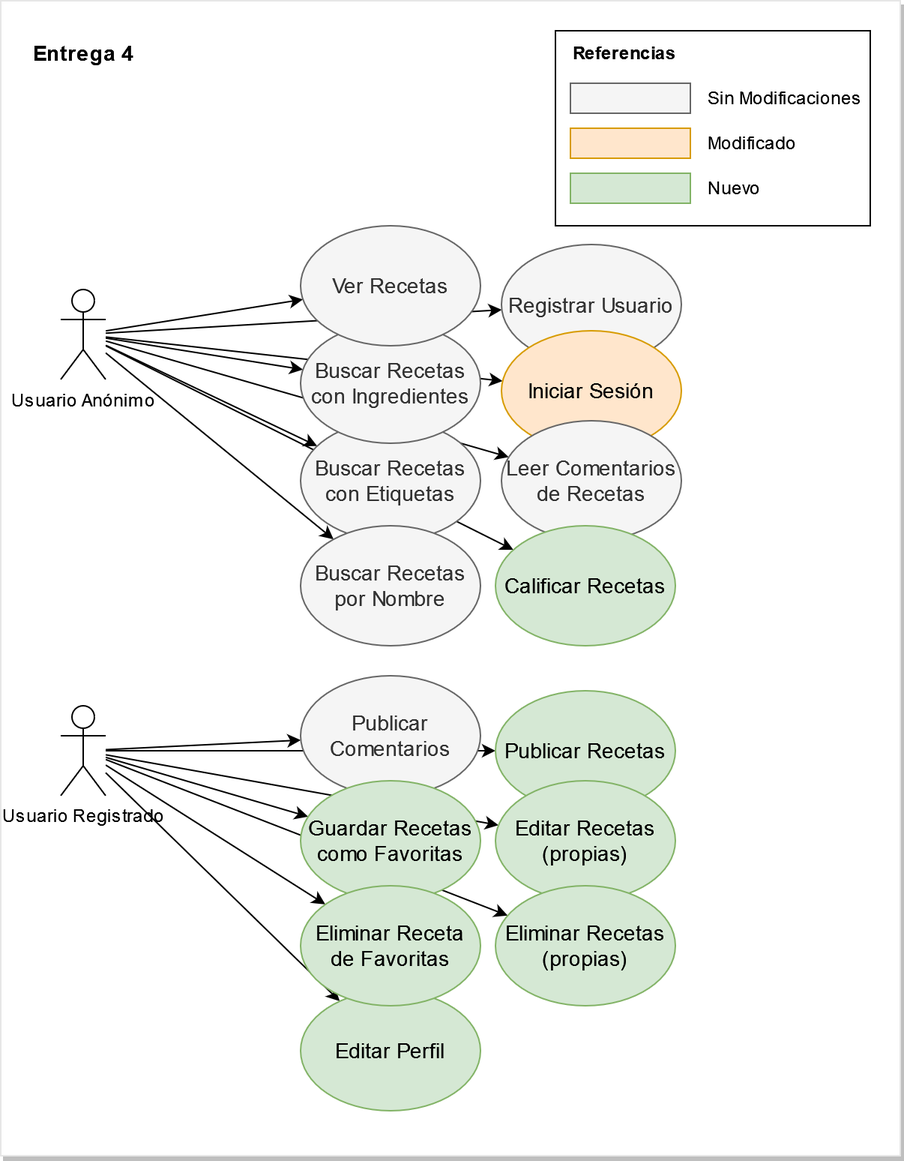
tehuel/ttip-grupo11 keeps this draw.io diagram as .github/TTIP-Entrega 4.drawio.png. Above is the earlier version. Source tidied: cells renumbered, new cells last; positions are measured from the earlier drawing's top-left corner, leaving out a move shared by most shapes. The source it was exported from:
```xml
<mxGraphModel>
  <root>
    <mxCell id="0" />
    <mxCell id="1" parent="0" />
    <mxCell id="2" style="rounded=0;whiteSpace=wrap;html=1;fontSize=14;align=center;verticalAlign=middle;strokeColor=#E6E6E6;shadow=1;" parent="1" vertex="1">
      <mxGeometry width="600" height="770" as="geometry" />
    </mxCell>
    <mxCell id="3" style="edgeStyle=none;rounded=0;jettySize=auto;html=1;fontSize=14;" parent="1" edge="1" source="11" target="32">
      <mxGeometry relative="1" as="geometry" />
    </mxCell>
    <mxCell id="4" style="edgeStyle=none;rounded=0;jettySize=auto;html=1;fontSize=14;" parent="1" edge="1" source="11" target="31">
      <mxGeometry relative="1" as="geometry" />
    </mxCell>
    <mxCell id="5" style="edgeStyle=none;rounded=0;jettySize=auto;html=1;" parent="1" edge="1" source="11" target="34">
      <mxGeometry relative="1" as="geometry" />
    </mxCell>
    <mxCell id="6" style="edgeStyle=none;rounded=0;jettySize=auto;html=1;" parent="1" edge="1" source="11" target="35">
      <mxGeometry relative="1" as="geometry" />
    </mxCell>
    <mxCell id="7" style="edgeStyle=none;rounded=0;jettySize=auto;html=1;" parent="1" edge="1" source="11" target="33">
      <mxGeometry relative="1" as="geometry" />
    </mxCell>
    <mxCell id="8" style="edgeStyle=none;rounded=0;jettySize=auto;html=1;" parent="1" edge="1" source="11" target="30">
      <mxGeometry relative="1" as="geometry" />
    </mxCell>
    <mxCell id="9" style="edgeStyle=none;rounded=0;jettySize=auto;html=1;" parent="1" edge="1" source="11" target="37">
      <mxGeometry relative="1" as="geometry" />
    </mxCell>
    <mxCell id="10" style="rounded=0;jettySize=auto;html=1;" parent="1" edge="1" source="11" target="40">
      <mxGeometry relative="1" as="geometry" />
    </mxCell>
    <mxCell id="11" value="Usuario Anónimo" style="shape=umlActor;verticalLabelPosition=bottom;verticalAlign=top;html=1;outlineConnect=0;" parent="1" vertex="1">
      <mxGeometry x="40" y="192.5" width="30" height="60" as="geometry" />
    </mxCell>
    <mxCell id="12" style="edgeStyle=none;rounded=0;jettySize=auto;html=1;" parent="1" edge="1" source="19" target="36">
      <mxGeometry relative="1" as="geometry" />
    </mxCell>
    <mxCell id="13" style="edgeStyle=none;rounded=0;jettySize=auto;html=1;" parent="1" edge="1" source="19" target="38">
      <mxGeometry relative="1" as="geometry" />
    </mxCell>
    <mxCell id="14" style="edgeStyle=none;rounded=0;jettySize=auto;html=1;" parent="1" edge="1" source="19" target="39">
      <mxGeometry relative="1" as="geometry" />
    </mxCell>
    <mxCell id="15" style="edgeStyle=none;rounded=0;jettySize=auto;html=1;" parent="1" edge="1" source="19" target="41">
      <mxGeometry relative="1" as="geometry" />
    </mxCell>
    <mxCell id="16" style="edgeStyle=none;rounded=0;jettySize=auto;html=1;" parent="1" edge="1" source="19" target="42">
      <mxGeometry relative="1" as="geometry" />
    </mxCell>
    <mxCell id="17" style="edgeStyle=none;rounded=0;jettySize=auto;html=1;" parent="1" edge="1" source="19" target="43">
      <mxGeometry relative="1" as="geometry" />
    </mxCell>
    <mxCell id="18" style="edgeStyle=none;rounded=0;jettySize=auto;html=1;" parent="1" edge="1" source="19" target="44">
      <mxGeometry relative="1" as="geometry" />
    </mxCell>
    <mxCell id="19" value="Usuario Registrado" style="shape=umlActor;verticalLabelPosition=bottom;verticalAlign=top;html=1;outlineConnect=0;" parent="1" vertex="1">
      <mxGeometry x="40" y="470" width="30" height="60" as="geometry" />
    </mxCell>
    <mxCell id="20" style="group;" parent="1" vertex="1">
      <mxGeometry x="370" y="20" width="210" height="130" as="geometry" />
    </mxCell>
    <mxCell id="21" style="rounded=0;whiteSpace=wrap;html=1;align=left;" parent="20" vertex="1">
      <mxGeometry width="210" height="130" as="geometry" />
    </mxCell>
    <mxCell id="22" value="Referencias" style="text;html=1;strokeColor=none;fillColor=none;align=left;verticalAlign=middle;whiteSpace=wrap;rounded=0;fontStyle=1;" parent="20" vertex="1">
      <mxGeometry x="10" width="140" height="30" as="geometry" />
    </mxCell>
    <mxCell id="23" style="rounded=0;whiteSpace=wrap;html=1;fillColor=#f5f5f5;strokeColor=#666666;fontColor=#333333;" parent="20" vertex="1">
      <mxGeometry x="10" y="35" width="80" height="20" as="geometry" />
    </mxCell>
    <mxCell id="24" style="rounded=0;whiteSpace=wrap;html=1;fillColor=#ffe6cc;strokeColor=#d79b00;" parent="20" vertex="1">
      <mxGeometry x="10" y="65" width="80" height="20" as="geometry" />
    </mxCell>
    <mxCell id="25" style="rounded=0;whiteSpace=wrap;html=1;fillColor=#d5e8d4;strokeColor=#82b366;" parent="20" vertex="1">
      <mxGeometry x="10" y="95" width="80" height="20" as="geometry" />
    </mxCell>
    <mxCell id="26" value="Sin Modificaciones" style="text;html=1;strokeColor=none;fillColor=none;align=left;verticalAlign=middle;whiteSpace=wrap;rounded=0;" parent="20" vertex="1">
      <mxGeometry x="100" y="30" width="110" height="30" as="geometry" />
    </mxCell>
    <mxCell id="27" value="Modificado" style="text;html=1;strokeColor=none;fillColor=none;align=left;verticalAlign=middle;whiteSpace=wrap;rounded=0;" parent="20" vertex="1">
      <mxGeometry x="100" y="60" width="110" height="30" as="geometry" />
    </mxCell>
    <mxCell id="28" value="Nuevo" style="text;html=1;strokeColor=none;fillColor=none;align=left;verticalAlign=middle;whiteSpace=wrap;rounded=0;" parent="20" vertex="1">
      <mxGeometry x="100" y="90" width="110" height="30" as="geometry" />
    </mxCell>
    <mxCell id="29" value="&lt;div&gt;Entrega 4&lt;br&gt;&lt;/div&gt;" style="text;whiteSpace=wrap;html=1;fontStyle=1;fontSize=14;" parent="1" vertex="1">
      <mxGeometry x="20" y="20" width="200" height="30" as="geometry" />
    </mxCell>
    <mxCell id="30" value="Buscar Recetas con Etiquetas" style="ellipse;whiteSpace=wrap;html=1;fontSize=14;align=center;verticalAlign=middle;fillColor=#f5f5f5;strokeColor=#666666;fontColor=#333333;" parent="1" vertex="1">
      <mxGeometry x="200" y="280" width="120" height="80" as="geometry" />
    </mxCell>
    <mxCell id="31" value="Buscar Recetas con Ingredientes" style="ellipse;whiteSpace=wrap;html=1;fontSize=14;align=center;verticalAlign=middle;fillColor=#f5f5f5;strokeColor=#666666;fontColor=#333333;" parent="1" vertex="1">
      <mxGeometry x="200" y="215" width="120" height="80" as="geometry" />
    </mxCell>
    <mxCell id="32" value="Ver Recetas" style="ellipse;whiteSpace=wrap;html=1;fontSize=14;align=center;verticalAlign=middle;fillColor=#f5f5f5;strokeColor=#666666;fontColor=#333333;" parent="1" vertex="1">
      <mxGeometry x="200" y="150" width="120" height="80" as="geometry" />
    </mxCell>
    <mxCell id="33" value="Buscar Recetas por Nombre" style="ellipse;whiteSpace=wrap;html=1;fontSize=14;align=center;verticalAlign=middle;fillColor=#f5f5f5;strokeColor=#666666;fontColor=#333333;" parent="1" vertex="1">
      <mxGeometry x="200" y="350" width="120" height="80" as="geometry" />
    </mxCell>
    <mxCell id="34" value="Registrar Usuario" style="ellipse;whiteSpace=wrap;html=1;fontSize=14;align=center;verticalAlign=middle;fillColor=#f5f5f5;strokeColor=#666666;fontColor=#333333;" parent="1" vertex="1">
      <mxGeometry x="334" y="162.5" width="120" height="80" as="geometry" />
    </mxCell>
    <mxCell id="35" value="Iniciar Sesión" style="ellipse;whiteSpace=wrap;html=1;fontSize=14;align=center;verticalAlign=middle;fillColor=#ffe6cc;strokeColor=#d79b00;" parent="1" vertex="1">
      <mxGeometry x="334" y="220" width="120" height="80" as="geometry" />
    </mxCell>
    <mxCell id="36" value="Publicar Comentarios" style="ellipse;whiteSpace=wrap;html=1;fontSize=14;align=center;verticalAlign=middle;fillColor=#f5f5f5;strokeColor=#666666;fontColor=#333333;" parent="1" vertex="1">
      <mxGeometry x="200" y="450" width="120" height="80" as="geometry" />
    </mxCell>
    <mxCell id="37" value="Leer Comentarios de Recetas" style="ellipse;whiteSpace=wrap;html=1;fontSize=14;align=center;verticalAlign=middle;fillColor=#f5f5f5;strokeColor=#666666;fontColor=#333333;" parent="1" vertex="1">
      <mxGeometry x="334" y="280" width="120" height="80" as="geometry" />
    </mxCell>
    <mxCell id="38" value="Publicar Recetas" style="ellipse;whiteSpace=wrap;html=1;fontSize=14;align=center;verticalAlign=middle;fillColor=#d5e8d4;strokeColor=#82b366;" parent="1" vertex="1">
      <mxGeometry x="330" y="460" width="120" height="80" as="geometry" />
    </mxCell>
    <mxCell id="39" value="Guardar Recetas como Favoritas" style="ellipse;whiteSpace=wrap;html=1;fontSize=14;align=center;verticalAlign=middle;fillColor=#d5e8d4;strokeColor=#82b366;" parent="1" vertex="1">
      <mxGeometry x="200" y="520" width="120" height="80" as="geometry" />
    </mxCell>
    <mxCell id="40" value="Calificar Recetas" style="ellipse;whiteSpace=wrap;html=1;fontSize=14;align=center;verticalAlign=middle;fillColor=#d5e8d4;strokeColor=#82b366;" parent="1" vertex="1">
      <mxGeometry x="330" y="350" width="120" height="80" as="geometry" />
    </mxCell>
    <mxCell id="41" value="Editar Perfil" style="ellipse;whiteSpace=wrap;html=1;fontSize=14;align=center;verticalAlign=middle;fillColor=#d5e8d4;strokeColor=#82b366;" parent="1" vertex="1">
      <mxGeometry x="200" y="660" width="120" height="80" as="geometry" />
    </mxCell>
    <mxCell id="42" value="Editar Recetas (propias)" style="ellipse;whiteSpace=wrap;html=1;fontSize=14;align=center;verticalAlign=middle;fillColor=#d5e8d4;strokeColor=#82b366;" parent="1" vertex="1">
      <mxGeometry x="330" y="520" width="120" height="80" as="geometry" />
    </mxCell>
    <mxCell id="43" value="Eliminar Recetas (propias)" style="ellipse;whiteSpace=wrap;html=1;fontSize=14;align=center;verticalAlign=middle;fillColor=#d5e8d4;strokeColor=#82b366;" parent="1" vertex="1">
      <mxGeometry x="330" y="590" width="120" height="80" as="geometry" />
    </mxCell>
    <mxCell id="44" value="Eliminar Receta de Favoritas" style="ellipse;whiteSpace=wrap;html=1;fontSize=14;align=center;verticalAlign=middle;fillColor=#d5e8d4;strokeColor=#82b366;" parent="1" vertex="1">
      <mxGeometry x="200" y="590" width="120" height="80" as="geometry" />
    </mxCell>
  </root>
</mxGraphModel>
```
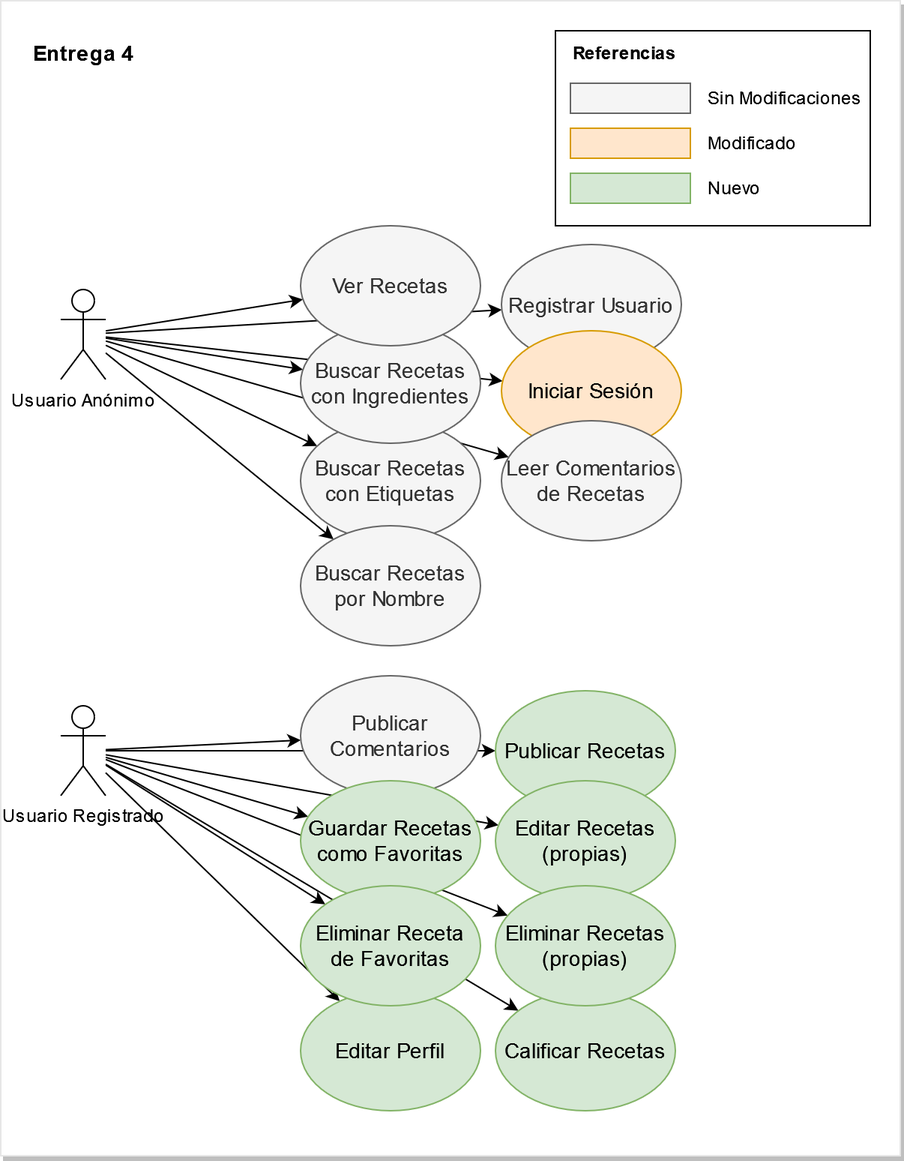
Later version of the same file.

Change to the diagram source:
```diff
@@ -26,9 +26,6 @@
     <mxCell id="9" style="edgeStyle=none;rounded=0;jettySize=auto;html=1;" parent="1" edge="1" source="11" target="37">
       <mxGeometry relative="1" as="geometry" />
     </mxCell>
-    <mxCell id="10" style="rounded=0;jettySize=auto;html=1;" parent="1" edge="1" source="11" target="40">
-      <mxGeometry relative="1" as="geometry" />
-    </mxCell>
     <mxCell id="11" value="Usuario Anónimo" style="shape=umlActor;verticalLabelPosition=bottom;verticalAlign=top;html=1;outlineConnect=0;" parent="1" vertex="1">
       <mxGeometry x="40" y="192.5" width="30" height="60" as="geometry" />
     </mxCell>
@@ -53,6 +50,9 @@
     <mxCell id="18" style="edgeStyle=none;rounded=0;jettySize=auto;html=1;" parent="1" edge="1" source="19" target="44">
       <mxGeometry relative="1" as="geometry" />
     </mxCell>
+    <mxCell id="45" style="edgeStyle=none;rounded=0;jettySize=auto;html=1;" parent="1" edge="1" source="19" target="40">
+      <mxGeometry relative="1" as="geometry" />
+    </mxCell>
     <mxCell id="19" value="Usuario Registrado" style="shape=umlActor;verticalLabelPosition=bottom;verticalAlign=top;html=1;outlineConnect=0;" parent="1" vertex="1">
       <mxGeometry x="40" y="470" width="30" height="60" as="geometry" />
     </mxCell>
@@ -117,7 +117,7 @@
       <mxGeometry x="200" y="520" width="120" height="80" as="geometry" />
     </mxCell>
     <mxCell id="40" value="Calificar Recetas" style="ellipse;whiteSpace=wrap;html=1;fontSize=14;align=center;verticalAlign=middle;fillColor=#d5e8d4;strokeColor=#82b366;" parent="1" vertex="1">
-      <mxGeometry x="330" y="350" width="120" height="80" as="geometry" />
+      <mxGeometry x="330" y="660" width="120" height="80" as="geometry" />
     </mxCell>
     <mxCell id="41" value="Editar Perfil" style="ellipse;whiteSpace=wrap;html=1;fontSize=14;align=center;verticalAlign=middle;fillColor=#d5e8d4;strokeColor=#82b366;" parent="1" vertex="1">
       <mxGeometry x="200" y="660" width="120" height="80" as="geometry" />
```
